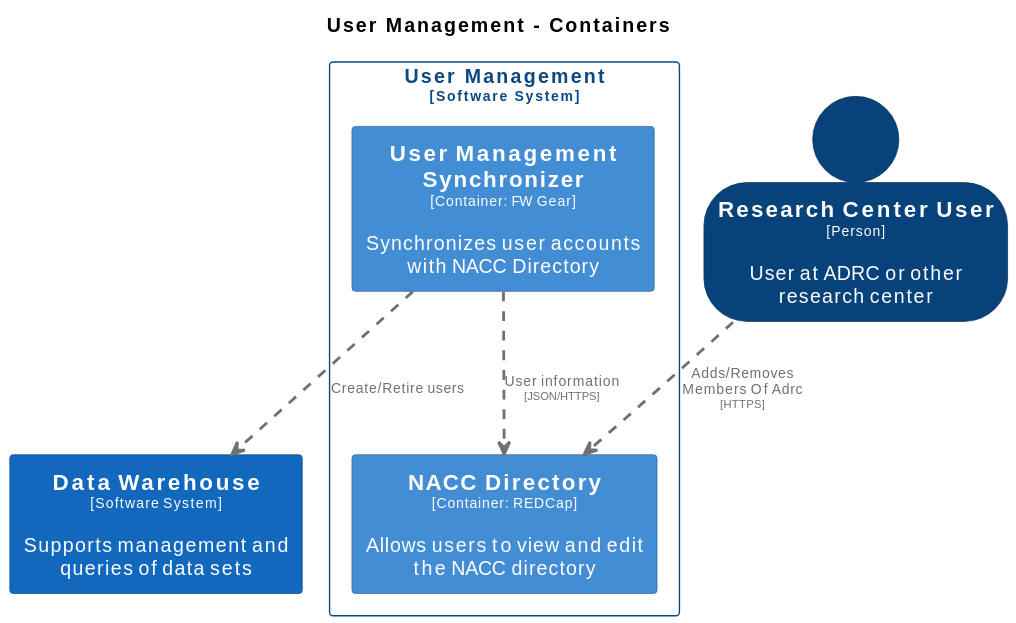
Earlier version of the PlantUML export docs/images/structurizr-UserManagementContainers.svg (naccdata/system-design).
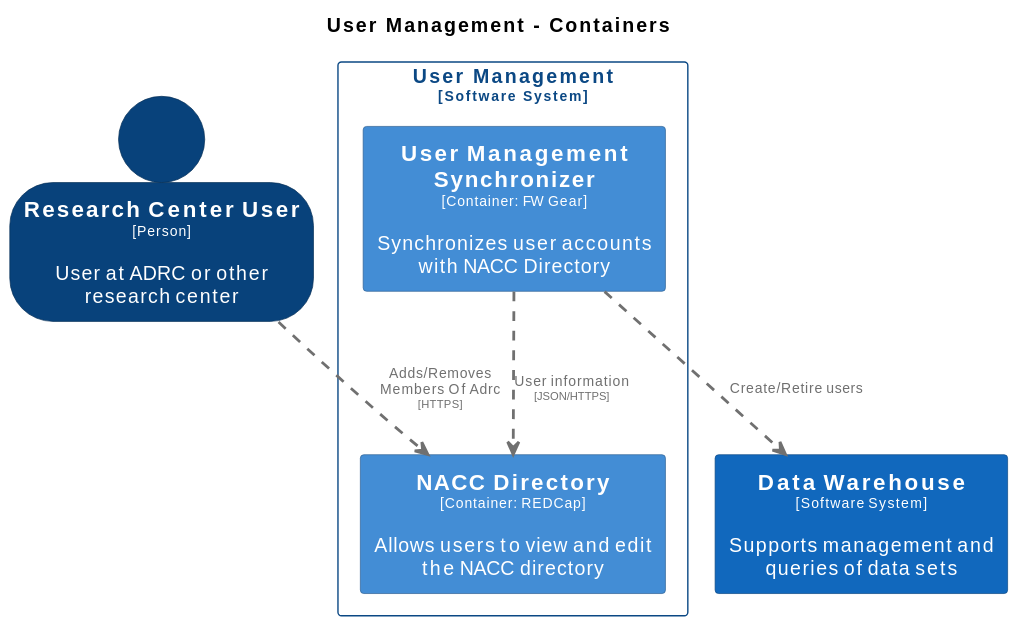
Later version of the same file.

What changed in the source:
```diff
@@ -35,8 +35,8 @@
   BorderColor #2e6295
 }
 
+person "==Research Center User\n<size:10>[Person]</size>\n\nUser at ADRC or other research center" <<ResearchCenterUser>> as ResearchCenterUser
 rectangle "==Data Warehouse\n<size:10>[Software System]</size>\n\nSupports management and queries of data sets" <<DataWarehouse>> as DataWarehouse
-person "==Research Center User\n<size:10>[Person]</size>\n\nUser at ADRC or other research center" <<ResearchCenterUser>> as ResearchCenterUser
 
 rectangle "User Management\n<size:10>[Software System]</size>" <<UserManagement>> {
   skinparam RectangleBorderColor<<UserManagement>> #0b4884
```
